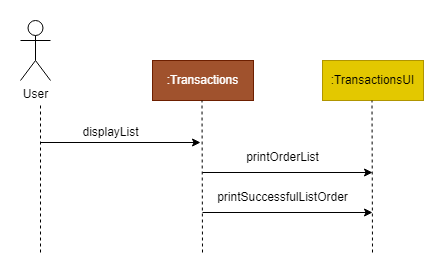
Before: docs/images/developersGuide/ListOrders.png, a diagram exported from draw.io (yuanners/tp). Source tidied: cells renumbered, new cells last; positions are measured from the earlier drawing's top-left corner, leaving out a move shared by most shapes. Its diagram source:
```xml
<mxGraphModel>
  <root>
    <mxCell id="0" />
    <mxCell id="1" parent="0" />
    <mxCell id="2" value="User&lt;br&gt;" style="shape=umlActor;verticalLabelPosition=bottom;verticalAlign=top;html=1;" parent="1" vertex="1">
      <mxGeometry width="30" height="60" as="geometry" />
    </mxCell>
    <mxCell id="3" style="endArrow=none;dashed=1;html=1;rounded=0;" parent="1" edge="1">
      <mxGeometry relative="1" as="geometry">
        <mxPoint x="20" y="232" as="sourcePoint" />
        <mxPoint x="20" y="82" as="targetPoint" />
      </mxGeometry>
    </mxCell>
    <mxCell id="4" style="endArrow=classic;html=1;rounded=0;" parent="1" edge="1">
      <mxGeometry relative="1" as="geometry">
        <mxPoint x="20" y="122" as="sourcePoint" />
        <mxPoint x="180" y="122" as="targetPoint" />
      </mxGeometry>
    </mxCell>
    <mxCell id="5" value="displayList" style="text;html=1;align=center;verticalAlign=middle;strokeColor=none;fillColor=none;" parent="1" vertex="1">
      <mxGeometry x="50" y="97" width="80" height="30" as="geometry" />
    </mxCell>
    <mxCell id="6" value=":Transactions" style="rounded=0;whiteSpace=wrap;html=1;fillColor=#a0522d;strokeColor=#6D1F00;fontColor=#ffffff;" parent="1" vertex="1">
      <mxGeometry x="132" y="40" width="101" height="40" as="geometry" />
    </mxCell>
    <mxCell id="7" style="endArrow=none;dashed=1;html=1;rounded=0;" parent="1" edge="1">
      <mxGeometry relative="1" as="geometry">
        <mxPoint x="182" y="232" as="sourcePoint" />
        <mxPoint x="181.5" y="80" as="targetPoint" />
      </mxGeometry>
    </mxCell>
    <mxCell id="8" value=":TransactionsUI" style="rounded=0;whiteSpace=wrap;html=1;fillColor=#e3c800;strokeColor=#B09500;fontColor=#000000;" parent="1" vertex="1">
      <mxGeometry x="302" y="40" width="101" height="40" as="geometry" />
    </mxCell>
    <mxCell id="9" style="endArrow=none;dashed=1;html=1;rounded=0;" parent="1" edge="1">
      <mxGeometry relative="1" as="geometry">
        <mxPoint x="352" y="232" as="sourcePoint" />
        <mxPoint x="351.5" y="80" as="targetPoint" />
      </mxGeometry>
    </mxCell>
    <mxCell id="10" style="endArrow=classic;html=1;rounded=0;" parent="1" edge="1">
      <mxGeometry relative="1" as="geometry">
        <mxPoint x="182" y="152" as="sourcePoint" />
        <mxPoint x="352" y="152" as="targetPoint" />
      </mxGeometry>
    </mxCell>
    <mxCell id="11" value="printOrderList" style="text;html=1;align=center;verticalAlign=middle;strokeColor=none;fillColor=none;" parent="1" vertex="1">
      <mxGeometry x="212" y="122" width="100" height="30" as="geometry" />
    </mxCell>
    <mxCell id="12" style="endArrow=classic;html=1;rounded=0;" parent="1" edge="1">
      <mxGeometry relative="1" as="geometry">
        <mxPoint x="182" y="192" as="sourcePoint" />
        <mxPoint x="352" y="192" as="targetPoint" />
      </mxGeometry>
    </mxCell>
    <mxCell id="13" value="printSuccessfulListOrder" style="text;html=1;align=center;verticalAlign=middle;strokeColor=none;fillColor=none;" parent="1" vertex="1">
      <mxGeometry x="187" y="162" width="150" height="30" as="geometry" />
    </mxCell>
  </root>
</mxGraphModel>
```
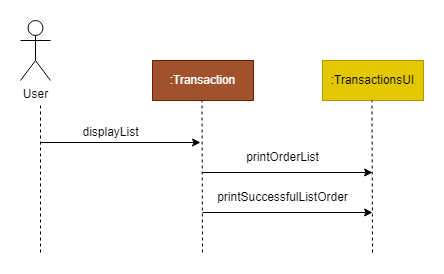
The same diagram one commit later.

Commit message:
Add refundOrder sequence diagram to DG image folder

The edit, as a diff of the source:
```diff
@@ -20,7 +20,7 @@
     <mxCell id="5" value="displayList" style="text;html=1;align=center;verticalAlign=middle;strokeColor=none;fillColor=none;" parent="1" vertex="1">
       <mxGeometry x="50" y="97" width="80" height="30" as="geometry" />
     </mxCell>
-    <mxCell id="6" value=":Transactions" style="rounded=0;whiteSpace=wrap;html=1;fillColor=#a0522d;strokeColor=#6D1F00;fontColor=#ffffff;" parent="1" vertex="1">
+    <mxCell id="6" value=":Transaction" style="rounded=0;whiteSpace=wrap;html=1;fillColor=#a0522d;strokeColor=#6D1F00;fontColor=#ffffff;" parent="1" vertex="1">
       <mxGeometry x="132" y="40" width="101" height="40" as="geometry" />
     </mxCell>
     <mxCell id="7" style="endArrow=none;dashed=1;html=1;rounded=0;" parent="1" edge="1">
```
